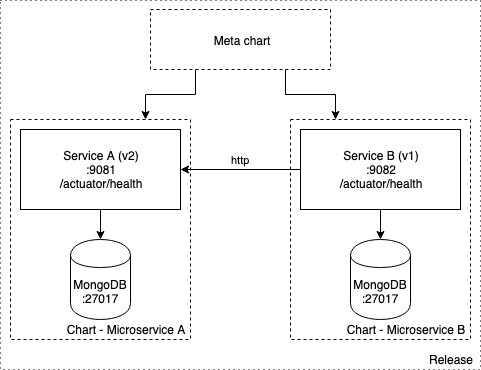
Before: img/exo3.png, a diagram exported from draw.io (publicissapient-france/xke-helm). Source tidied: cells renumbered, new cells last; positions are measured from the earlier drawing's top-left corner, leaving out a move shared by most shapes. The source it was exported from:
```xml
<mxGraphModel>
  <root>
    <mxCell id="0" />
    <mxCell id="1" parent="0" />
    <mxCell id="2" style="rounded=0;whiteSpace=wrap;html=1;dashed=1;dashPattern=1 4;" parent="1" vertex="1">
      <mxGeometry width="480" height="369" as="geometry" />
    </mxCell>
    <mxCell id="3" style="rounded=0;whiteSpace=wrap;html=1;dashed=1;" parent="1" vertex="1">
      <mxGeometry x="10" y="119" width="180" height="220" as="geometry" />
    </mxCell>
    <mxCell id="4" style="edgeStyle=orthogonalEdgeStyle;rounded=0;jettySize=auto;html=1;exitX=0.5;exitY=1;exitDx=0;exitDy=0;" parent="1" edge="1" source="5" target="7">
      <mxGeometry relative="1" as="geometry" />
    </mxCell>
    <mxCell id="5" value="Service A (v2)&lt;br&gt;:9081&lt;br&gt;/actuator/health&lt;br&gt;" style="rounded=0;whiteSpace=wrap;html=1;" parent="1" vertex="1">
      <mxGeometry x="20" y="129" width="160" height="80" as="geometry" />
    </mxCell>
    <mxCell id="6" value="Chart - Microservice A" style="text;html=1;strokeColor=none;fillColor=none;align=center;verticalAlign=middle;whiteSpace=wrap;rounded=0;" parent="1" vertex="1">
      <mxGeometry x="60" y="319" width="130" height="20" as="geometry" />
    </mxCell>
    <mxCell id="7" value="&lt;span&gt;MongoDB&lt;/span&gt;&lt;br&gt;&lt;span&gt;:27017&lt;/span&gt;" style="shape=cylinder;whiteSpace=wrap;html=1;boundedLbl=1;backgroundOutline=1;" parent="1" vertex="1">
      <mxGeometry x="70" y="239" width="60" height="80" as="geometry" />
    </mxCell>
    <mxCell id="8" style="rounded=0;whiteSpace=wrap;html=1;dashed=1;" parent="1" vertex="1">
      <mxGeometry x="290" y="119" width="180" height="220" as="geometry" />
    </mxCell>
    <mxCell id="9" style="edgeStyle=orthogonalEdgeStyle;rounded=0;jettySize=auto;html=1;exitX=0.5;exitY=1;exitDx=0;exitDy=0;" parent="1" edge="1" source="11" target="13">
      <mxGeometry relative="1" as="geometry" />
    </mxCell>
    <mxCell id="10" value="http" style="edgeStyle=orthogonalEdgeStyle;rounded=0;jettySize=auto;html=1;entryX=1;entryY=0.5;entryDx=0;entryDy=0;" parent="1" edge="1" source="11" target="5">
      <mxGeometry y="-10" relative="1" as="geometry" />
    </mxCell>
    <mxCell id="11" value="Service B (v1)&lt;br&gt;:9082&lt;br&gt;/actuator/health&lt;br&gt;" style="rounded=0;whiteSpace=wrap;html=1;" parent="1" vertex="1">
      <mxGeometry x="300" y="129" width="160" height="80" as="geometry" />
    </mxCell>
    <mxCell id="12" value="&lt;div style=&quot;text-align: right&quot;&gt;&lt;span&gt;Chart - Microservice B&lt;/span&gt;&lt;/div&gt;" style="text;html=1;strokeColor=none;fillColor=none;align=center;verticalAlign=middle;whiteSpace=wrap;rounded=0;" parent="1" vertex="1">
      <mxGeometry x="340" y="319" width="130" height="20" as="geometry" />
    </mxCell>
    <mxCell id="13" value="&lt;span&gt;MongoDB&lt;/span&gt;&lt;br&gt;&lt;span&gt;:27017&lt;/span&gt;" style="shape=cylinder;whiteSpace=wrap;html=1;boundedLbl=1;backgroundOutline=1;" parent="1" vertex="1">
      <mxGeometry x="350" y="239" width="60" height="80" as="geometry" />
    </mxCell>
    <mxCell id="14" style="edgeStyle=orthogonalEdgeStyle;rounded=0;jettySize=auto;html=1;exitX=0.25;exitY=1;exitDx=0;exitDy=0;entryX=0.75;entryY=0;entryDx=0;entryDy=0;" parent="1" edge="1" source="16" target="3">
      <mxGeometry relative="1" as="geometry" />
    </mxCell>
    <mxCell id="15" style="edgeStyle=orthogonalEdgeStyle;rounded=0;jettySize=auto;html=1;exitX=0.75;exitY=1;exitDx=0;exitDy=0;entryX=0.25;entryY=0;entryDx=0;entryDy=0;" parent="1" edge="1" source="16" target="8">
      <mxGeometry relative="1" as="geometry" />
    </mxCell>
    <mxCell id="16" style="rounded=0;whiteSpace=wrap;html=1;dashed=1;" parent="1" vertex="1">
      <mxGeometry x="150" y="9" width="180" height="60" as="geometry" />
    </mxCell>
    <mxCell id="17" value="&lt;div style=&quot;text-align: right&quot;&gt;&lt;span&gt;Meta chart&lt;/span&gt;&lt;/div&gt;" style="text;html=1;strokeColor=none;fillColor=none;align=center;verticalAlign=middle;whiteSpace=wrap;rounded=0;" parent="1" vertex="1">
      <mxGeometry x="206" y="30" width="70" height="20" as="geometry" />
    </mxCell>
    <mxCell id="18" value="&lt;div style=&quot;text-align: right&quot;&gt;&lt;span&gt;Release&lt;/span&gt;&lt;/div&gt;" style="text;html=1;strokeColor=none;fillColor=none;align=center;verticalAlign=middle;whiteSpace=wrap;rounded=0;" parent="1" vertex="1">
      <mxGeometry x="420" y="349" width="60" height="20" as="geometry" />
    </mxCell>
  </root>
</mxGraphModel>
```
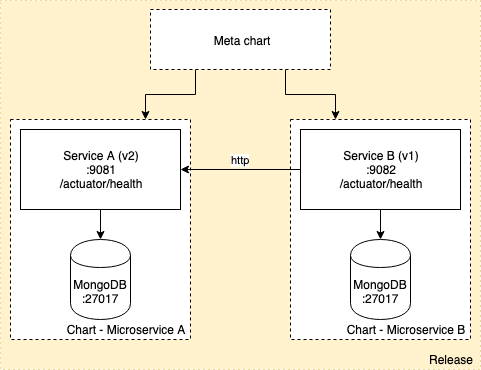
After the commit.

What changed in the source:
```diff
@@ -2,7 +2,7 @@
   <root>
     <mxCell id="0" />
     <mxCell id="1" parent="0" />
-    <mxCell id="2" style="rounded=0;whiteSpace=wrap;html=1;dashed=1;dashPattern=1 4;" parent="1" vertex="1">
+    <mxCell id="2" style="rounded=0;whiteSpace=wrap;html=1;dashed=1;dashPattern=1 4;fillColor=#fff2cc;strokeColor=#d6b656;" parent="1" vertex="1">
       <mxGeometry width="480" height="369" as="geometry" />
     </mxCell>
     <mxCell id="3" style="rounded=0;whiteSpace=wrap;html=1;dashed=1;" parent="1" vertex="1">
```
